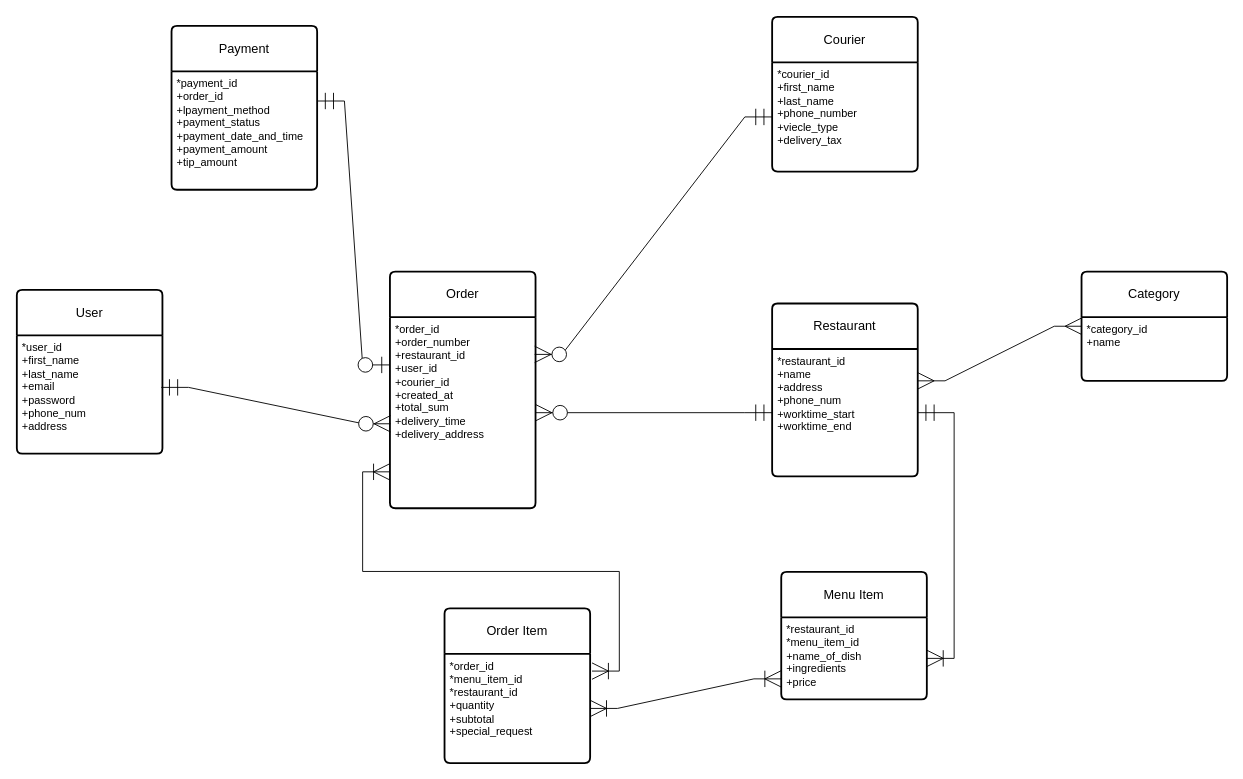
mimiarabska/glovo-software-modeling-and-analysis-se keeps this draw.io diagram as course-work/Implementations/GlovoCrowsNotation.drawio. Above is the earlier version. Source tidied: cells renumbered, new cells numbered last; positions are measured from the earlier drawing's top-left corner, leaving out a move shared by most shapes. Both pictures are drawn from the tidied source at 91%, with x=0, y=0 at pixel (16, 16).
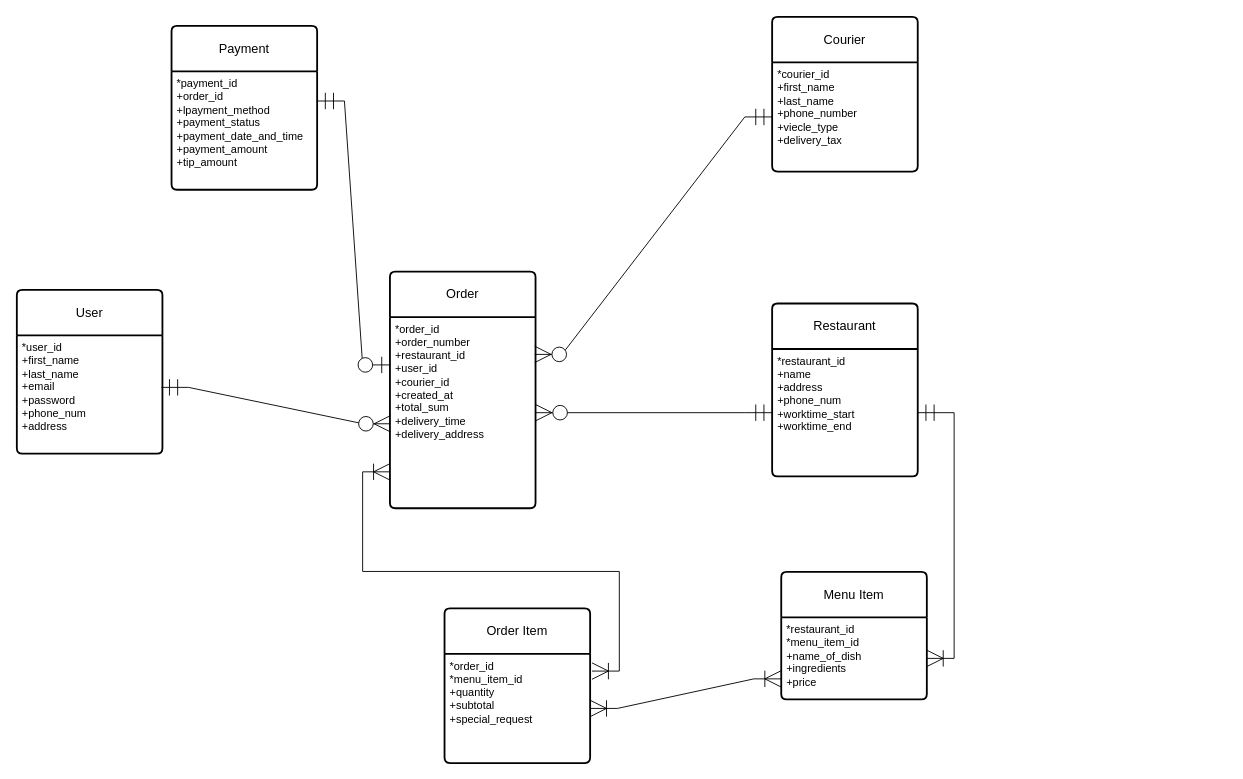
The same diagram, later.

The change refers to these unchanged cells:
```xml
<mxCell id="5" value="*restaurant_id&lt;br&gt;+name&lt;br&gt;+address&lt;div&gt;+phone_num&lt;/div&gt;&lt;div&gt;+worktime_start&lt;/div&gt;&lt;div&gt;+worktime_end&lt;/div&gt;" style="align=left;strokeColor=none;fillColor=none;spacingLeft=4;spacingRight=4;fontSize=12;verticalAlign=top;html=1;whiteSpace=wrap;" parent="4" vertex="1">
  <mxGeometry y="50" width="160" height="140" as="geometry" />
</mxCell>
<mxCell id="8" value="Order Item" style="swimlane;horizontal=1;startSize=50;rounded=1;fontSize=14;fontStyle=0;strokeWidth=2;shadow=0;dashed=0;align=center;arcSize=4;whiteSpace=wrap;html=1;" parent="1" vertex="1">
  <mxGeometry x="470" y="650" width="160" height="170" as="geometry" />
</mxCell>
<mxCell id="12" value="Order" style="swimlane;horizontal=1;startSize=50;rounded=1;fontSize=14;fontStyle=0;strokeWidth=2;shadow=0;dashed=0;align=center;arcSize=4;whiteSpace=wrap;html=1;" parent="1" vertex="1">
  <mxGeometry x="410" y="280" width="160" height="260" as="geometry" />
</mxCell>
```

Change to the diagram source:
```diff
@@
-    <mxCell id="9" value="*order_id&lt;div&gt;*menu_item_id&lt;/div&gt;&lt;div&gt;*restaurant_id&lt;br&gt;+quantity&lt;br&gt;+subtotal&lt;/div&gt;&lt;div&gt;+special_request&lt;/div&gt;" style="align=left;strokeColor=none;fillColor=none;spacingLeft=4;spacingRight=4;fontSize=12;verticalAlign=top;html=1;whiteSpace=wrap;" parent="8" vertex="1">
+    <mxCell id="9" value="*order_id&lt;div&gt;*menu_item_id&lt;/div&gt;&lt;div&gt;+quantity&lt;br&gt;+subtotal&lt;/div&gt;&lt;div&gt;+special_request&lt;/div&gt;" style="align=left;strokeColor=none;fillColor=none;spacingLeft=4;spacingRight=4;fontSize=12;verticalAlign=top;html=1;whiteSpace=wrap;" parent="8" vertex="1">
       <mxGeometry y="50" width="160" height="120" as="geometry" />
     </mxCell>
@@
-    <mxCell id="13" value="*order_id&lt;div&gt;+order_number&lt;br&gt;&lt;div&gt;+restaurant_id&lt;br&gt;+user_id&lt;/div&gt;&lt;div&gt;+courier_id&lt;/div&gt;&lt;div&gt;&lt;div&gt;+created_at&lt;/div&gt;&lt;div&gt;+total_sum&lt;/div&gt;&lt;div&gt;+delivery_time&lt;/div&gt;&lt;div&gt;+delivery_address&lt;/div&gt;&lt;/div&gt;&lt;/div&gt;" style="align=left;strokeColor=none;fillColor=none;spacingLeft=4;spacingRight=4;fontSize=12;verticalAlign=top;html=1;whiteSpace=wrap;" parent="12" vertex="1">
+    <mxCell id="13" value="*order_id&lt;div&gt;+order_number&lt;br&gt;&lt;div&gt;+restaurant_id&lt;/div&gt;&lt;div&gt;+user_id&lt;/div&gt;&lt;div&gt;+courier_id&lt;/div&gt;&lt;div&gt;&lt;div&gt;+created_at&lt;/div&gt;&lt;div&gt;+total_sum&lt;/div&gt;&lt;div&gt;+delivery_time&lt;/div&gt;&lt;div&gt;+delivery_address&lt;/div&gt;&lt;/div&gt;&lt;/div&gt;" style="align=left;strokeColor=none;fillColor=none;spacingLeft=4;spacingRight=4;fontSize=12;verticalAlign=top;html=1;whiteSpace=wrap;" parent="12" vertex="1">
       <mxGeometry y="50" width="160" height="210" as="geometry" />
     </mxCell>
@@
-    <mxCell id="21" style="edgeStyle=entityRelationEdgeStyle;fontSize=12;html=1;endArrow=ERmany;startArrow=ERmany;rounded=0;exitX=1;exitY=0.25;exitDx=0;exitDy=0;startSize=16;endSize=16;" parent="1" edge="1" source="5" target="22">
-      <mxGeometry relative="1" as="geometry" />
-    </mxCell>
-    <mxCell id="22" value="Category" style="swimlane;horizontal=1;startSize=50;rounded=1;fontSize=14;fontStyle=0;strokeWidth=2;shadow=0;dashed=0;align=center;arcSize=4;whiteSpace=wrap;html=1;" parent="1" vertex="1">
-      <mxGeometry x="1170" y="280" width="160" height="120" as="geometry" />
-    </mxCell>
-    <mxCell id="23" value="*category_id&lt;br&gt;+name&lt;div&gt;&lt;br/&gt;&lt;/div&gt;" style="align=left;strokeColor=none;fillColor=none;spacingLeft=4;spacingRight=4;fontSize=12;verticalAlign=top;html=1;whiteSpace=wrap;" parent="22" vertex="1">
-      <mxGeometry y="50" width="160" height="70" as="geometry" />
-    </mxCell>
```
